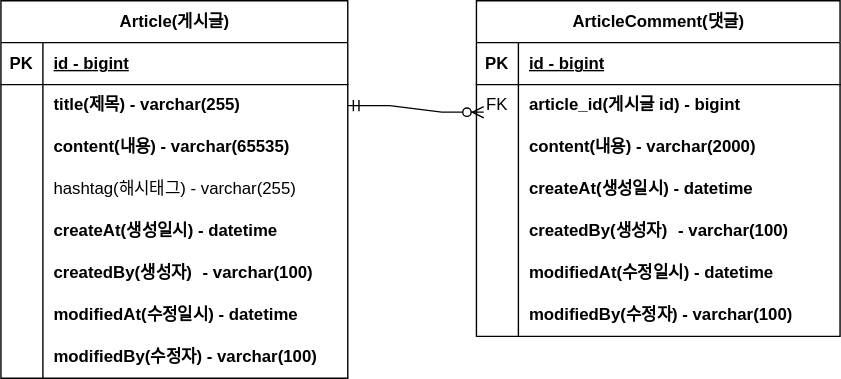
bellringstar/project-board keeps this draw.io diagram as document/project-board-erd.svg. Above is the earlier version. Source tidied: cells renumbered, new cells last; positions are measured from the earlier drawing's top-left corner, leaving out a move shared by most shapes.
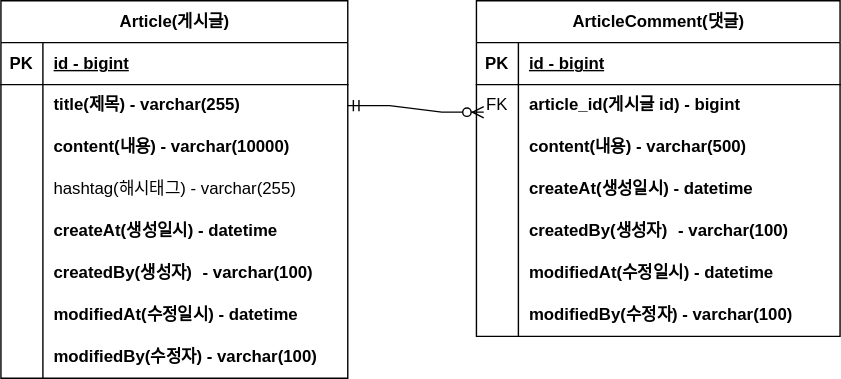
The same diagram one commit later.

Commit message:
#8 - erd 업데이트: content사이즈 변경

The edit, as a diff of the source:
```diff
@@ -29,7 +29,7 @@
     <mxCell id="10" style="shape=partialRectangle;fillColor=none;top=0;left=0;bottom=0;right=0;overflow=hidden;whiteSpace=wrap;html=1;" parent="9" vertex="1">
       <mxGeometry width="30" height="30" as="geometry" />
     </mxCell>
-    <mxCell id="11" value="content(내용) - varchar(65535)&lt;span style=&quot;white-space: pre;&quot;&gt;&#9;&lt;/span&gt;" style="shape=partialRectangle;fillColor=none;top=0;left=0;bottom=0;right=0;align=left;spacingLeft=6;overflow=hidden;whiteSpace=wrap;html=1;fontStyle=1;" parent="9" vertex="1">
+    <mxCell id="11" value="content(내용) - varchar(10000)&lt;span style=&quot;white-space: pre;&quot;&gt;&#9;&lt;/span&gt;" style="shape=partialRectangle;fillColor=none;top=0;left=0;bottom=0;right=0;align=left;spacingLeft=6;overflow=hidden;whiteSpace=wrap;html=1;fontStyle=1;" parent="9" vertex="1">
       <mxGeometry x="30" width="218" height="30" as="geometry" />
     </mxCell>
     <mxCell id="12" style="shape=tableRow;horizontal=0;startSize=0;swimlaneHead=0;swimlaneBody=0;fillColor=none;top=0;left=0;right=0;bottom=0;" parent="2" vertex="1">
@@ -104,7 +104,7 @@
     <mxCell id="35" style="shape=partialRectangle;fillColor=none;top=0;left=0;bottom=0;right=0;overflow=hidden;whiteSpace=wrap;html=1;" parent="34" vertex="1">
       <mxGeometry width="30" height="30" as="geometry" />
     </mxCell>
-    <mxCell id="36" value="content(내용) - varchar(2000)" style="shape=partialRectangle;fillColor=none;top=0;left=0;bottom=0;right=0;align=left;spacingLeft=6;overflow=hidden;whiteSpace=wrap;html=1;fontStyle=1;" parent="34" vertex="1">
+    <mxCell id="36" value="content(내용) - varchar(500)" style="shape=partialRectangle;fillColor=none;top=0;left=0;bottom=0;right=0;align=left;spacingLeft=6;overflow=hidden;whiteSpace=wrap;html=1;fontStyle=1;" parent="34" vertex="1">
       <mxGeometry x="30" width="230" height="30" as="geometry" />
     </mxCell>
     <mxCell id="37" style="shape=tableRow;horizontal=0;startSize=0;swimlaneHead=0;swimlaneBody=0;fillColor=none;top=0;left=0;right=0;bottom=0;" parent="27" vertex="1">
```
